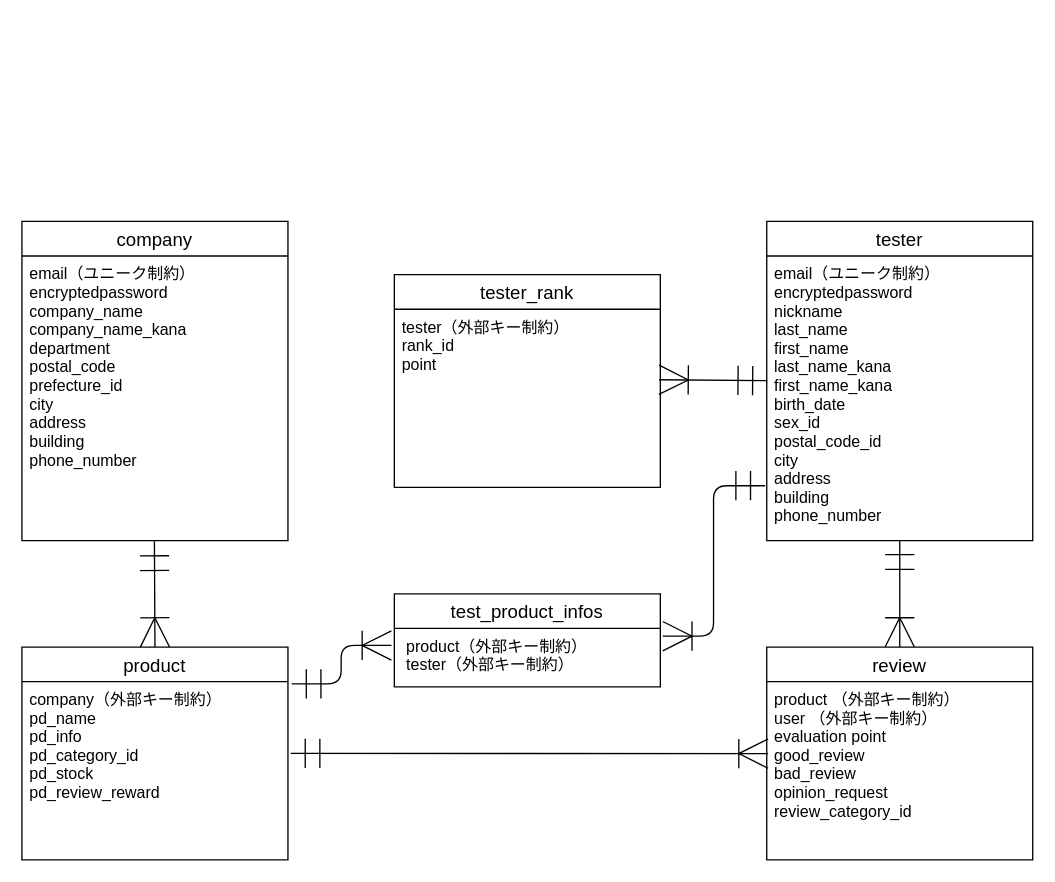
Before: MONITORING.dio in tanabata000/monitoring-app, a draw.io diagram. Source tidied: cells renumbered, new cells numbered last; positions are measured from the earlier drawing's top-left corner, leaving out a move shared by most shapes. Both pictures are drawn from the tidied source at 133%, with x=0, y=0 at pixel (21, 221).
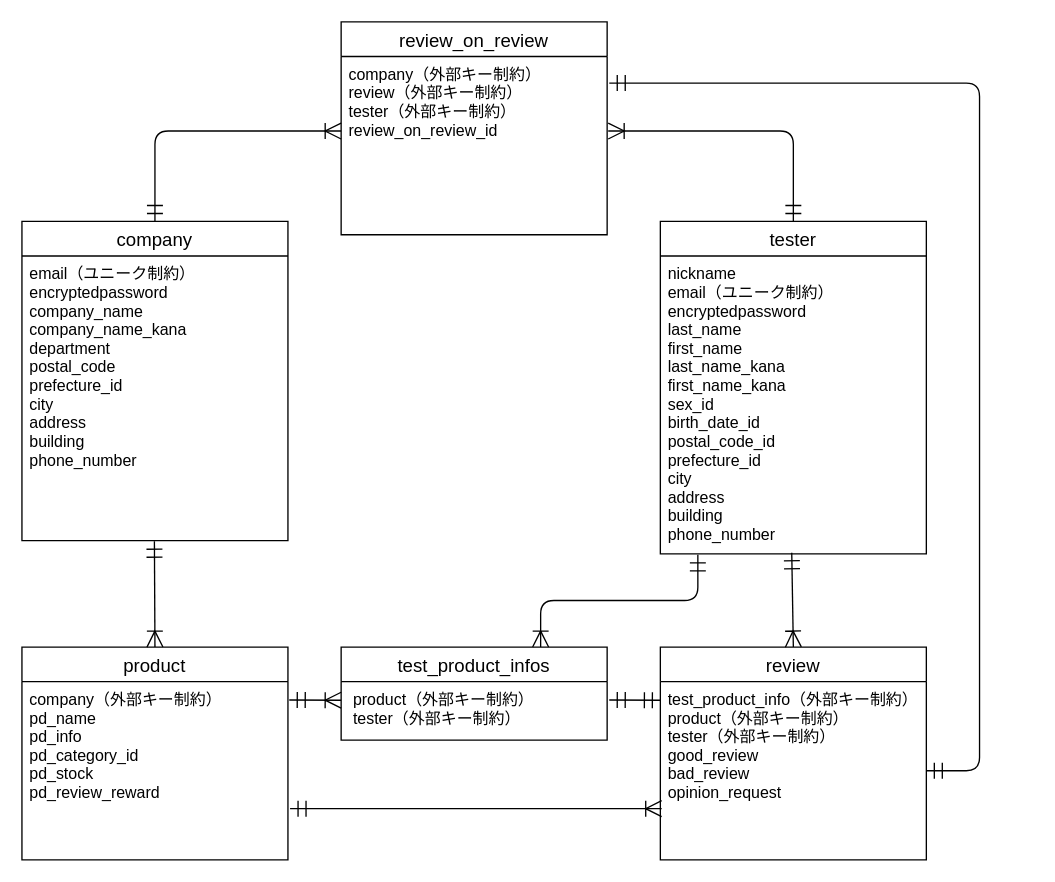
The same diagram, later.

Unchanged cells that the change refers to:
```xml
<mxCell id="2" value="company" style="swimlane;fontStyle=0;horizontal=1;startSize=26;align=center;fontSize=14;" parent="1" vertex="1">
  <mxGeometry width="200" height="240" as="geometry" />
</mxCell>
<mxCell id="3" value="email（ユニーク制約）&#10;encryptedpassword&#10;company_name&#10;company_name_kana&#10;department&#10;postal_code&#10;prefecture_id&#10;city&#10;address&#10;building&#10;phone_number" style="text;strokeColor=none;fillColor=none;spacingLeft=4;spacingRight=4;overflow=hidden;points=[[0,0.5],[1,0.5]];portConstraint=eastwest;fontSize=12;" parent="2" vertex="1">
  <mxGeometry y="26" width="200" height="214" as="geometry" />
</mxCell>
<mxCell id="8" value="product" style="swimlane;fontStyle=0;horizontal=1;startSize=26;align=center;fontSize=14;" parent="1" vertex="1">
  <mxGeometry y="320" width="200" height="160" as="geometry" />
</mxCell>
<mxCell id="9" value="company（外部キー制約）&#10;pd_name&#10;pd_info&#10;pd_category_id&#10;pd_stock&#10;pd_review_reward" style="text;strokeColor=none;fillColor=none;spacingLeft=4;spacingRight=4;overflow=hidden;points=[[0,0.5],[1,0.5]];portConstraint=eastwest;fontSize=12;" parent="8" vertex="1">
  <mxGeometry y="26" width="200" height="134" as="geometry" />
</mxCell>
<mxCell id="17" value=" product（外部キー制約）&#10; tester（外部キー制約）" style="text;strokeColor=none;fillColor=none;spacingLeft=4;spacingRight=4;overflow=hidden;points=[[0,0.5],[1,0.5]];portConstraint=eastwest;fontSize=12;" parent="16" vertex="1">
  <mxGeometry y="26" width="200" height="44" as="geometry" />
</mxCell>
```

Change to the diagram source:
```diff
@@
     <mxCell id="4" value="review" style="swimlane;fontStyle=0;horizontal=1;startSize=26;align=center;fontSize=14;" parent="1" vertex="1">
-      <mxGeometry x="560" y="320" width="200" height="160" as="geometry" />
+      <mxGeometry x="480" y="320" width="200" height="160" as="geometry" />
     </mxCell>
-    <mxCell id="5" value="product （外部キー制約）&#10;user （外部キー制約）&#10;evaluation point&#10;good_review&#10;bad_review&#10;opinion_request&#10;review_category_id" style="text;strokeColor=none;fillColor=none;spacingLeft=4;spacingRight=4;overflow=hidden;points=[[0,0.5],[1,0.5]];portConstraint=eastwest;fontSize=12;" parent="4" vertex="1">
+    <mxCell id="5" value="test_product_info（外部キー制約）&#10;product（外部キー制約）&#10;tester（外部キー制約）&#10;good_review&#10;bad_review&#10;opinion_request" style="text;strokeColor=none;fillColor=none;spacingLeft=4;spacingRight=4;overflow=hidden;points=[[0,0.5],[1,0.5]];portConstraint=eastwest;fontSize=12;" parent="4" vertex="1">
       <mxGeometry y="26" width="200" height="134" as="geometry" />
     </mxCell>
     <mxCell id="6" value="tester" style="swimlane;fontStyle=0;horizontal=1;startSize=26;align=center;fontSize=14;" parent="1" vertex="1">
-      <mxGeometry x="560" width="200" height="240" as="geometry" />
+      <mxGeometry x="480" width="200" height="250" as="geometry" />
     </mxCell>
-    <mxCell id="7" value="email（ユニーク制約）&#10;encryptedpassword&#10;nickname&#10;last_name&#10;first_name&#10;last_name_kana&#10;first_name_kana&#10;birth_date&#10;sex_id&#10;postal_code_id&#10;city&#10;address&#10;building&#10;phone_number" style="text;strokeColor=none;fillColor=none;spacingLeft=4;spacingRight=4;overflow=hidden;points=[[0,0.5],[1,0.5]];portConstraint=eastwest;fontSize=12;" parent="6" vertex="1">
-      <mxGeometry y="26" width="200" height="214" as="geometry" />
+    <mxCell id="7" value="nickname&#10;email（ユニーク制約）&#10;encryptedpassword&#10;last_name&#10;first_name&#10;last_name_kana&#10;first_name_kana&#10;sex_id&#10;birth_date_id&#10;postal_code_id&#10;prefecture_id&#10;city&#10;address&#10;building&#10;phone_number" style="text;strokeColor=none;fillColor=none;spacingLeft=4;spacingRight=4;overflow=hidden;points=[[0,0.5],[1,0.5]];portConstraint=eastwest;fontSize=12;" parent="6" vertex="1">
+      <mxGeometry y="26" width="200" height="224" as="geometry" />
     </mxCell>
@@
-    <mxCell id="10" style="fontSize=12;html=1;endArrow=ERoneToMany;startArrow=ERmandOne;entryX=0.005;entryY=0.404;entryDx=0;entryDy=0;entryPerimeter=0;endSize=20;startSize=20;" parent="1" edge="1" target="5">
-      <mxGeometry relative="1" as="geometry">
-        <mxPoint x="202" y="400" as="sourcePoint" />
-      </mxGeometry>
+    <mxCell id="10" style="fontSize=12;html=1;endArrow=ERoneToMany;startArrow=ERmandOne;entryX=0.005;entryY=0.713;entryDx=0;entryDy=0;entryPerimeter=0;endSize=10;startSize=10;exitX=1.008;exitY=0.713;exitDx=0;exitDy=0;exitPerimeter=0;" parent="1" edge="1" source="9" target="5">
+      <mxGeometry relative="1" as="geometry" />
     </mxCell>
-    <mxCell id="11" style="fontSize=12;html=1;endArrow=ERoneToMany;startArrow=ERmandOne;entryX=0.5;entryY=0;entryDx=0;entryDy=0;endSize=20;startSize=20;exitX=0.5;exitY=0.998;exitDx=0;exitDy=0;exitPerimeter=0;" parent="1" edge="1" source="7" target="4">
+    <mxCell id="11" style="fontSize=12;html=1;endArrow=ERoneToMany;startArrow=ERmandOne;entryX=0.5;entryY=0;entryDx=0;entryDy=0;endSize=10;startSize=10;exitX=0.494;exitY=0.996;exitDx=0;exitDy=0;exitPerimeter=0;" parent="1" edge="1" source="7" target="4">
       <mxGeometry relative="1" as="geometry" />
     </mxCell>
-    <mxCell id="12" style="fontSize=12;html=1;endArrow=ERoneToMany;startArrow=ERmandOne;entryX=0.5;entryY=0;entryDx=0;entryDy=0;endSize=20;startSize=20;exitX=0.498;exitY=1.002;exitDx=0;exitDy=0;exitPerimeter=0;" parent="1" edge="1" source="3" target="8">
+    <mxCell id="12" style="fontSize=12;html=1;endArrow=ERoneToMany;startArrow=ERmandOne;entryX=0.5;entryY=0;entryDx=0;entryDy=0;endSize=10;startSize=10;exitX=0.498;exitY=1.002;exitDx=0;exitDy=0;exitPerimeter=0;" parent="1" edge="1" source="3" target="8">
       <mxGeometry relative="1" as="geometry" />
     </mxCell>
-    <mxCell id="13" value="tester_rank" style="swimlane;fontStyle=0;horizontal=1;startSize=26;align=center;fontSize=14;" parent="1" vertex="1">
-      <mxGeometry x="280" y="40" width="200" height="160" as="geometry" />
-    </mxCell>
-    <mxCell id="14" value="tester（外部キー制約）&#10;rank_id&#10;point" style="text;strokeColor=none;fillColor=none;spacingLeft=4;spacingRight=4;overflow=hidden;fontSize=12;" parent="13" vertex="1">
-      <mxGeometry y="26" width="200" height="134" as="geometry" />
-    </mxCell>
-    <mxCell id="15" style="fontSize=12;html=1;endArrow=ERoneToMany;startArrow=ERmandOne;endSize=20;startSize=20;exitX=0.002;exitY=0.438;exitDx=0;exitDy=0;exitPerimeter=0;" parent="1" edge="1" source="7">
-      <mxGeometry relative="1" as="geometry">
-        <mxPoint x="479" y="119" as="targetPoint" />
-      </mxGeometry>
-    </mxCell>
     <mxCell id="16" value="test_product_infos" style="swimlane;fontStyle=0;horizontal=1;startSize=26;align=center;fontSize=14;" parent="1" vertex="1">
-      <mxGeometry x="280" y="280" width="200" height="70" as="geometry" />
+      <mxGeometry x="240" y="320" width="200" height="70" as="geometry" />
     </mxCell>
@@
-    <mxCell id="18" style="fontSize=12;html=1;endArrow=ERoneToMany;startArrow=ERmandOne;entryX=-0.011;entryY=0.291;entryDx=0;entryDy=0;endSize=20;startSize=20;entryPerimeter=0;exitX=1.014;exitY=0.013;exitDx=0;exitDy=0;exitPerimeter=0;edgeStyle=orthogonalEdgeStyle;" parent="1" edge="1" source="9" target="17">
+    <mxCell id="18" style="fontSize=12;html=1;endArrow=ERoneToMany;startArrow=ERmandOne;entryX=0;entryY=0.318;entryDx=0;entryDy=0;endSize=10;startSize=10;entryPerimeter=0;exitX=1.005;exitY=0.103;exitDx=0;exitDy=0;exitPerimeter=0;" parent="1" edge="1" source="9" target="17">
       <mxGeometry relative="1" as="geometry" />
     </mxCell>
-    <mxCell id="19" style="fontSize=12;html=1;endArrow=ERoneToMany;startArrow=ERmandOne;entryX=1.009;entryY=0.132;entryDx=0;entryDy=0;endSize=20;startSize=20;entryPerimeter=0;exitX=-0.006;exitY=0.807;exitDx=0;exitDy=0;exitPerimeter=0;edgeStyle=orthogonalEdgeStyle;" parent="1" edge="1" source="7" target="17">
+    <mxCell id="19" style="fontSize=12;html=1;endArrow=ERoneToMany;startArrow=ERmandOne;entryX=0.75;entryY=0;entryDx=0;entryDy=0;endSize=10;startSize=10;exitX=0.141;exitY=1.003;exitDx=0;exitDy=0;exitPerimeter=0;edgeStyle=orthogonalEdgeStyle;" parent="1" edge="1" source="7" target="16">
       <mxGeometry relative="1" as="geometry" />
     </mxCell>
+    <mxCell id="20" value="review_on_review" style="swimlane;fontStyle=0;horizontal=1;startSize=26;align=center;fontSize=14;" parent="1" vertex="1">
+      <mxGeometry x="240" y="-150" width="200" height="160" as="geometry" />
+    </mxCell>
+    <mxCell id="21" value="company（外部キー制約）&#10;review（外部キー制約）&#10;tester（外部キー制約）&#10;review_on_review_id" style="text;strokeColor=none;fillColor=none;spacingLeft=4;spacingRight=4;overflow=hidden;points=[[0,0.5],[1,0.5]];portConstraint=eastwest;fontSize=12;" parent="20" vertex="1">
+      <mxGeometry y="26" width="200" height="134" as="geometry" />
+    </mxCell>
+    <mxCell id="22" style="fontSize=12;html=1;endArrow=ERoneToMany;startArrow=ERmandOne;entryX=0;entryY=0.418;entryDx=0;entryDy=0;endSize=10;startSize=10;exitX=0.5;exitY=0;exitDx=0;exitDy=0;edgeStyle=orthogonalEdgeStyle;entryPerimeter=0;" parent="1" edge="1" source="2" target="21">
+      <mxGeometry relative="1" as="geometry" />
+    </mxCell>
+    <mxCell id="23" style="fontSize=12;html=1;endArrow=ERoneToMany;startArrow=ERmandOne;endSize=10;startSize=10;exitX=0.5;exitY=0;exitDx=0;exitDy=0;entryX=1.004;entryY=0.418;entryDx=0;entryDy=0;entryPerimeter=0;edgeStyle=orthogonalEdgeStyle;" parent="1" edge="1" source="6" target="21">
+      <mxGeometry relative="1" as="geometry" />
+    </mxCell>
+    <mxCell id="24" style="edgeStyle=orthogonalEdgeStyle;fontSize=12;html=1;endArrow=ERmandOne;startArrow=ERmandOne;exitX=1;exitY=0.5;exitDx=0;exitDy=0;entryX=1.008;entryY=0.149;entryDx=0;entryDy=0;entryPerimeter=0;endSize=10;startSize=10;" parent="1" edge="1" source="5" target="21">
+      <mxGeometry relative="1" as="geometry">
+        <Array as="points">
+          <mxPoint x="720" y="413" />
+          <mxPoint x="720" y="-104" />
+        </Array>
+      </mxGeometry>
+    </mxCell>
+    <mxCell id="25" style="fontSize=12;html=1;endArrow=ERmandOne;startArrow=ERmandOne;exitX=0;exitY=0.25;exitDx=0;exitDy=0;entryX=1.008;entryY=0.314;entryDx=0;entryDy=0;entryPerimeter=0;endSize=10;startSize=10;" parent="1" edge="1" source="4" target="17">
+      <mxGeometry relative="1" as="geometry" />
+    </mxCell>
```
